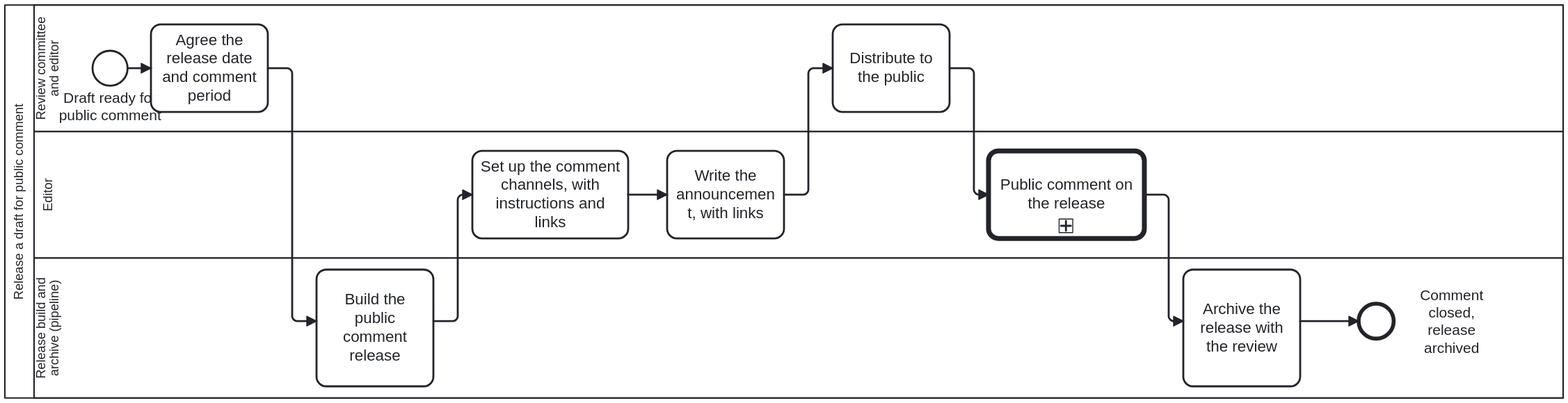
Earlier version of the BPMN export processes/content/public-comment-release.svg (litlfred/folio-assistant-core). Its source is kept beside it as processes/content/public-comment-release.bpmn. Ids are renumbered.
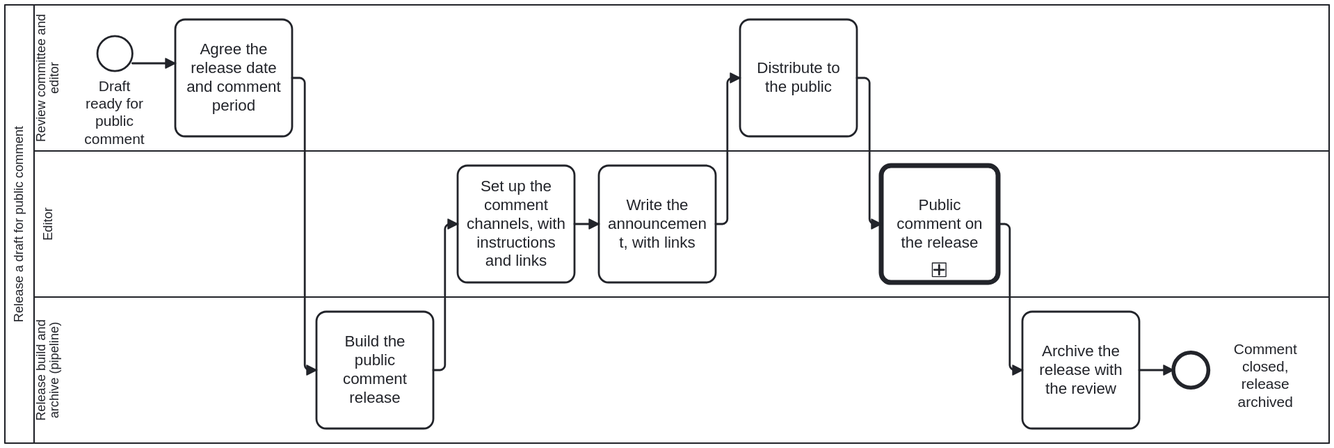
After the commit.

What changed in the source:
```diff
@@ -117,57 +117,57 @@
   </bpmn:process>
   <bpmndi:BPMNDiagram id="BPMNDiagram_PublicCommentRelease">
     <bpmndi:BPMNPlane id="BPMNPlane_PublicCommentRelease" bpmnElement="Collaboration_PublicCommentRelease">
-      <bpmndi:BPMNShape id="Participant_PublicCommentRelease_di" bpmnElement="Participant_PublicCommentRelease" isHorizontal="true"><dc:Bounds x="100" y="60" width="1600" height="404" /></bpmndi:BPMNShape>
-      <bpmndi:BPMNShape id="Lane_Committee_di" bpmnElement="Lane_Committee" isHorizontal="true"><dc:Bounds x="130" y="60" width="1570" height="130" /></bpmndi:BPMNShape>
-      <bpmndi:BPMNShape id="Lane_Editor_di" bpmnElement="Lane_Editor" isHorizontal="true"><dc:Bounds x="130" y="190" width="1570" height="130" /></bpmndi:BPMNShape>
-      <bpmndi:BPMNShape id="Lane_Pipeline_di" bpmnElement="Lane_Pipeline" isHorizontal="true"><dc:Bounds x="130" y="320" width="1570" height="144" /></bpmndi:BPMNShape>
-      <bpmndi:BPMNShape id="StartEvent_DraftReady_di" bpmnElement="StartEvent_DraftReady"><dc:Bounds x="190" y="107" width="36" height="36" /><bpmndi:BPMNLabel><dc:Bounds x="153" y="147" width="110" height="40" /></bpmndi:BPMNLabel></bpmndi:BPMNShape>
-      <bpmndi:BPMNShape id="Task_AgreeReleaseDate_di" bpmnElement="Task_AgreeReleaseDate"><dc:Bounds x="250" y="80" width="120" height="90" /></bpmndi:BPMNShape>
-      <bpmndi:BPMNShape id="Task_BuildPcRelease_di" bpmnElement="Task_BuildPcRelease"><dc:Bounds x="420" y="332" width="120" height="120" /></bpmndi:BPMNShape>
-      <bpmndi:BPMNShape id="Task_SetUpChannels_di" bpmnElement="Task_SetUpChannels"><dc:Bounds x="580" y="210" width="160" height="90" /></bpmndi:BPMNShape>
-      <bpmndi:BPMNShape id="Task_WriteAnnouncement_di" bpmnElement="Task_WriteAnnouncement"><dc:Bounds x="780" y="210" width="120" height="90" /></bpmndi:BPMNShape>
-      <bpmndi:BPMNShape id="Task_Distribute_di" bpmnElement="Task_Distribute"><dc:Bounds x="950" y="80" width="120" height="90" /></bpmndi:BPMNShape>
-      <bpmndi:BPMNShape id="CallActivity_PublicComment_di" bpmnElement="CallActivity_PublicComment"><dc:Bounds x="1110" y="210" width="160" height="90" /></bpmndi:BPMNShape>
-      <bpmndi:BPMNShape id="Task_ArchiveRelease_di" bpmnElement="Task_ArchiveRelease"><dc:Bounds x="1310" y="332" width="120" height="120" /></bpmndi:BPMNShape>
-      <bpmndi:BPMNShape id="EndEvent_Closed_di" bpmnElement="EndEvent_Closed"><dc:Bounds x="1490" y="367" width="36" height="36" /><bpmndi:BPMNLabel><dc:Bounds x="1530" y="349.5" width="110" height="71" /></bpmndi:BPMNLabel></bpmndi:BPMNShape>
-      <bpmndi:BPMNEdge id="Flow_DraftReady_To_AgreeReleaseDate_di" bpmnElement="Flow_DraftReady_To_AgreeReleaseDate"><di:waypoint x="226" y="125" /><di:waypoint x="250" y="125" /></bpmndi:BPMNEdge>
+      <bpmndi:BPMNShape id="Participant_PublicCommentRelease_di" bpmnElement="Participant_PublicCommentRelease" isHorizontal="true"><dc:Bounds x="100" y="60" width="1360" height="450" /></bpmndi:BPMNShape>
+      <bpmndi:BPMNShape id="Lane_Committee_di" bpmnElement="Lane_Committee" isHorizontal="true"><dc:Bounds x="130" y="60" width="1330" height="150" /></bpmndi:BPMNShape>
+      <bpmndi:BPMNShape id="Lane_Editor_di" bpmnElement="Lane_Editor" isHorizontal="true"><dc:Bounds x="130" y="210" width="1330" height="150" /></bpmndi:BPMNShape>
+      <bpmndi:BPMNShape id="Lane_Pipeline_di" bpmnElement="Lane_Pipeline" isHorizontal="true"><dc:Bounds x="130" y="360" width="1330" height="150" /></bpmndi:BPMNShape>
+      <bpmndi:BPMNShape id="StartEvent_DraftReady_di" bpmnElement="StartEvent_DraftReady"><dc:Bounds x="195" y="92" width="36" height="36" /><bpmndi:BPMNLabel><dc:Bounds x="170" y="135" width="85" height="60" /></bpmndi:BPMNLabel></bpmndi:BPMNShape>
+      <bpmndi:BPMNShape id="Task_AgreeReleaseDate_di" bpmnElement="Task_AgreeReleaseDate"><dc:Bounds x="275" y="75" width="120" height="120" /></bpmndi:BPMNShape>
+      <bpmndi:BPMNShape id="Task_BuildPcRelease_di" bpmnElement="Task_BuildPcRelease"><dc:Bounds x="420" y="375" width="120" height="120" /></bpmndi:BPMNShape>
+      <bpmndi:BPMNShape id="Task_SetUpChannels_di" bpmnElement="Task_SetUpChannels"><dc:Bounds x="565" y="225" width="120" height="120" /></bpmndi:BPMNShape>
+      <bpmndi:BPMNShape id="Task_WriteAnnouncement_di" bpmnElement="Task_WriteAnnouncement"><dc:Bounds x="710" y="225" width="120" height="120" /></bpmndi:BPMNShape>
+      <bpmndi:BPMNShape id="Task_Distribute_di" bpmnElement="Task_Distribute"><dc:Bounds x="855" y="75" width="120" height="120" /></bpmndi:BPMNShape>
+      <bpmndi:BPMNShape id="CallActivity_PublicComment_di" bpmnElement="CallActivity_PublicComment"><dc:Bounds x="1000" y="225" width="120" height="120" /></bpmndi:BPMNShape>
+      <bpmndi:BPMNShape id="Task_ArchiveRelease_di" bpmnElement="Task_ArchiveRelease"><dc:Bounds x="1145" y="375" width="120" height="120" /></bpmndi:BPMNShape>
+      <bpmndi:BPMNShape id="EndEvent_Closed_di" bpmnElement="EndEvent_Closed"><dc:Bounds x="1300" y="417" width="36" height="36" /><bpmndi:BPMNLabel><dc:Bounds x="1342" y="405" width="105" height="60" /></bpmndi:BPMNLabel></bpmndi:BPMNShape>
+      <bpmndi:BPMNEdge id="Flow_DraftReady_To_AgreeReleaseDate_di" bpmnElement="Flow_DraftReady_To_AgreeReleaseDate"><di:waypoint x="231" y="120" /><di:waypoint x="275" y="120" /></bpmndi:BPMNEdge>
       <bpmndi:BPMNEdge id="Flow_AgreeReleaseDate_To_BuildPcRelease_di" bpmnElement="Flow_AgreeReleaseDate_To_BuildPcRelease">
-        <di:waypoint x="370" y="125" />
-        <di:waypoint x="395" y="125" />
-        <di:waypoint x="395" y="385" />
-        <di:waypoint x="420" y="385" />
+        <di:waypoint x="395" y="135" />
+        <di:waypoint x="408" y="135" />
+        <di:waypoint x="408" y="435" />
+        <di:waypoint x="420" y="435" />
       </bpmndi:BPMNEdge>
       <bpmndi:BPMNEdge id="Flow_BuildPcRelease_To_SetUpChannels_di" bpmnElement="Flow_BuildPcRelease_To_SetUpChannels">
-        <di:waypoint x="540" y="385" />
-        <di:waypoint x="565" y="385" />
-        <di:waypoint x="565" y="255" />
-        <di:waypoint x="580" y="255" />
+        <di:waypoint x="540" y="435" />
+        <di:waypoint x="552" y="435" />
+        <di:waypoint x="552" y="285" />
+        <di:waypoint x="565" y="285" />
       </bpmndi:BPMNEdge>
       <bpmndi:BPMNEdge id="Flow_SetUpChannels_To_WriteAnnouncement_di" bpmnElement="Flow_SetUpChannels_To_WriteAnnouncement">
-        <di:waypoint x="740" y="255" />
-        <di:waypoint x="780" y="255" />
+        <di:waypoint x="685" y="285" />
+        <di:waypoint x="710" y="285" />
       </bpmndi:BPMNEdge>
       <bpmndi:BPMNEdge id="Flow_WriteAnnouncement_To_Distribute_di" bpmnElement="Flow_WriteAnnouncement_To_Distribute">
-        <di:waypoint x="900" y="255" />
-        <di:waypoint x="925" y="255" />
-        <di:waypoint x="925" y="125" />
-        <di:waypoint x="950" y="125" />
+        <di:waypoint x="830" y="285" />
+        <di:waypoint x="842" y="285" />
+        <di:waypoint x="842" y="135" />
+        <di:waypoint x="855" y="135" />
       </bpmndi:BPMNEdge>
       <bpmndi:BPMNEdge id="Flow_Distribute_To_PublicComment_di" bpmnElement="Flow_Distribute_To_PublicComment">
-        <di:waypoint x="1070" y="125" />
-        <di:waypoint x="1095" y="125" />
-        <di:waypoint x="1095" y="255" />
-        <di:waypoint x="1110" y="255" />
+        <di:waypoint x="975" y="135" />
+        <di:waypoint x="988" y="135" />
+        <di:waypoint x="988" y="285" />
+        <di:waypoint x="1000" y="285" />
       </bpmndi:BPMNEdge>
       <bpmndi:BPMNEdge id="Flow_PublicComment_To_ArchiveRelease_di" bpmnElement="Flow_PublicComment_To_ArchiveRelease">
-        <di:waypoint x="1270" y="255" />
-        <di:waypoint x="1295" y="255" />
-        <di:waypoint x="1295" y="385" />
-        <di:waypoint x="1310" y="385" />
+        <di:waypoint x="1120" y="285" />
+        <di:waypoint x="1132" y="285" />
+        <di:waypoint x="1132" y="435" />
+        <di:waypoint x="1145" y="435" />
       </bpmndi:BPMNEdge>
       <bpmndi:BPMNEdge id="Flow_ArchiveRelease_To_Closed_di" bpmnElement="Flow_ArchiveRelease_To_Closed">
-        <di:waypoint x="1430" y="385" />
-        <di:waypoint x="1490" y="385" />
+        <di:waypoint x="1265" y="435" />
+        <di:waypoint x="1300" y="435" />
       </bpmndi:BPMNEdge>
     </bpmndi:BPMNPlane>
   </bpmndi:BPMNDiagram>
```
